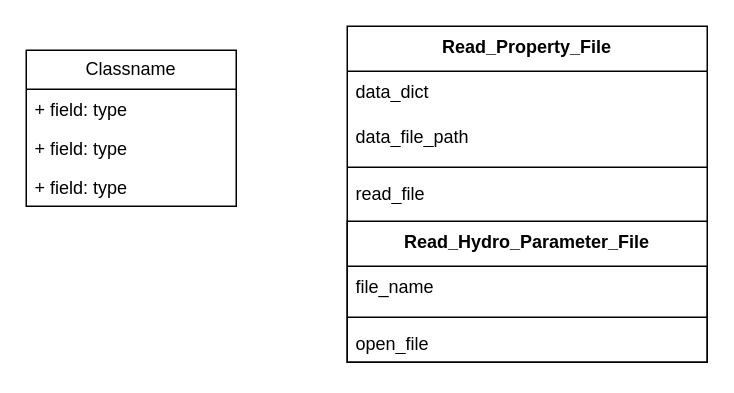
YuanyaoZHU/StaticAnalysis keeps this draw.io diagram as 未命名绘图.drawio. Above is the earlier version. Source tidied: cells renumbered, new cells numbered last; positions are measured from the earlier drawing's top-left corner, leaving out a move shared by most shapes. Both pictures are drawn from the tidied source at 150%, with x=0, y=0 at pixel (26, 26).
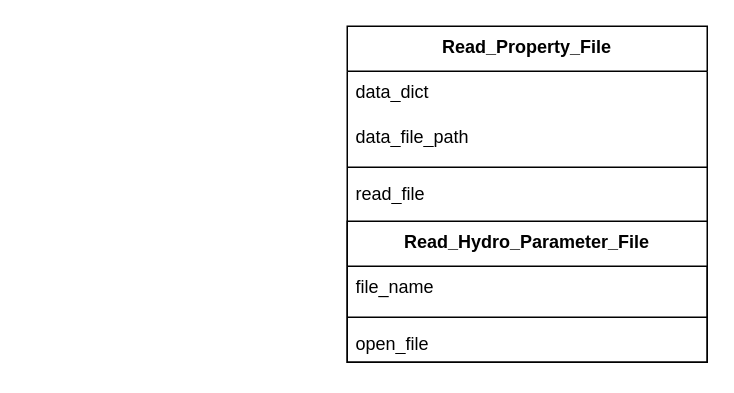
The same diagram, later.

Commit message:
更新未命名绘图.drawio

What changed in the source:
```diff
@@
 <mxGraphModel>
   <root>
     <mxCell id="0" />
     <mxCell id="1" parent="0" />
     <mxCell id="2" value="Read_Property_File" style="swimlane;fontStyle=1;align=center;verticalAlign=top;horizontal=1;startSize=30;whiteSpace=wrap;html=1;" parent="1" vertex="1">
       <mxGeometry x="214" width="240" height="224" as="geometry" />
     </mxCell>
     <mxCell id="3" value="data_dict" style="text;strokeColor=none;fillColor=none;align=left;verticalAlign=top;spacingLeft=4;spacingRight=4;overflow=hidden;whiteSpace=wrap;html=1;spacing=2;" parent="2" vertex="1">
       <mxGeometry y="30" width="240" height="30" as="geometry" />
     </mxCell>
     <mxCell id="4" value="data_file_path" style="text;strokeColor=none;fillColor=none;align=left;verticalAlign=top;spacingLeft=4;spacingRight=4;overflow=hidden;whiteSpace=wrap;html=1;" parent="2" vertex="1">
       <mxGeometry y="60" width="240" height="30" as="geometry" />
     </mxCell>
     <mxCell id="5" style="line;strokeWidth=1;fillColor=none;align=left;verticalAlign=middle;spacingTop=-1;spacingLeft=3;spacingRight=3;labelPosition=right;strokeColor=inherit;" parent="2" vertex="1">
       <mxGeometry y="90" width="240" height="8" as="geometry" />
     </mxCell>
     <mxCell id="6" value="read_file" style="text;strokeColor=none;fillColor=none;align=left;verticalAlign=top;spacingLeft=4;spacingRight=4;overflow=hidden;whiteSpace=wrap;html=1;" parent="2" vertex="1">
       <mxGeometry y="98" width="240" height="32" as="geometry" />
     </mxCell>
     <mxCell id="7" value="Read_Hydro_Parameter_File" style="swimlane;fontStyle=1;align=center;verticalAlign=top;horizontal=1;startSize=30;whiteSpace=wrap;html=1;" parent="2" vertex="1">
       <mxGeometry y="130" width="240" height="94" as="geometry" />
     </mxCell>
     <mxCell id="8" value="file_name&lt;div&gt;&lt;br&gt;&lt;/div&gt;" style="text;strokeColor=none;fillColor=none;align=left;verticalAlign=top;spacingLeft=4;spacingRight=4;overflow=hidden;whiteSpace=wrap;html=1;" parent="7" vertex="1">
       <mxGeometry y="30" width="240" height="30" as="geometry" />
     </mxCell>
     <mxCell id="9" style="line;strokeWidth=1;fillColor=none;align=left;verticalAlign=middle;spacingTop=-1;spacingLeft=3;spacingRight=3;labelPosition=right;strokeColor=inherit;" parent="7" vertex="1">
       <mxGeometry y="60" width="240" height="8" as="geometry" />
     </mxCell>
     <mxCell id="10" value="open_file" style="text;strokeColor=none;fillColor=none;align=left;verticalAlign=top;spacingLeft=4;spacingRight=4;overflow=hidden;whiteSpace=wrap;html=1;" parent="7" vertex="1">
       <mxGeometry y="68" width="240" height="26" as="geometry" />
     </mxCell>
-    <mxCell id="11" value="Classname" style="swimlane;fontStyle=0;horizontal=1;startSize=26;fillColor=none;whiteSpace=wrap;html=1;" parent="1" vertex="1">
-      <mxGeometry y="16" width="140" height="104" as="geometry" />
-    </mxCell>
-    <mxCell id="12" value="+ field: type" style="text;strokeColor=none;fillColor=none;align=left;verticalAlign=top;spacingLeft=4;spacingRight=4;overflow=hidden;whiteSpace=wrap;html=1;" parent="11" vertex="1">
-      <mxGeometry y="26" width="140" height="26" as="geometry" />
-    </mxCell>
-    <mxCell id="13" value="+ field: type" style="text;strokeColor=none;fillColor=none;align=left;verticalAlign=top;spacingLeft=4;spacingRight=4;overflow=hidden;whiteSpace=wrap;html=1;" parent="11" vertex="1">
-      <mxGeometry y="52" width="140" height="26" as="geometry" />
-    </mxCell>
-    <mxCell id="14" value="+ field: type" style="text;strokeColor=none;fillColor=none;align=left;verticalAlign=top;spacingLeft=4;spacingRight=4;overflow=hidden;whiteSpace=wrap;html=1;" parent="11" vertex="1">
-      <mxGeometry y="78" width="140" height="26" as="geometry" />
-    </mxCell>
   </root>
 </mxGraphModel>
```
